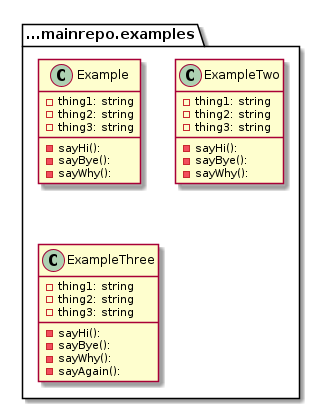
Before: graph.png, a diagram exported from PlantUML (tbal999/pumlaction). Source of this version:
```plantuml
@startuml
package ...mainrepo.examples{
class Example {
-thing1: string
-thing2: string
-thing3: string
-sayHi():
-sayBye():
-sayWhy():
}
}
package ...mainrepo.examples{
class ExampleTwo {
-thing1: string
-thing2: string
-thing3: string
-sayHi():
-sayBye():
-sayWhy():
}
}
package ...mainrepo.examples{
class ExampleThree {
-thing1: string
-thing2: string
-thing3: string
-sayHi():
-sayBye():
-sayWhy():
-sayAgain():
}
}

@enduml
```
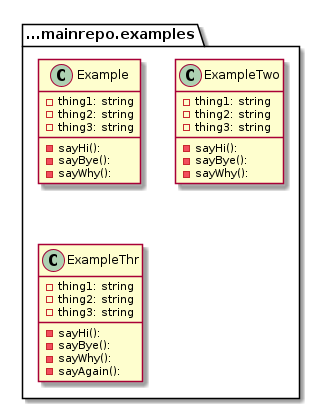
Above is the later version.

The edit, as a diff of the source:
```diff
@@ -20,7 +20,7 @@
 }
 }
 package ...mainrepo.examples{
-class ExampleThree {
+class ExampleThr {
 -thing1: string
 -thing2: string
 -thing3: string
```
